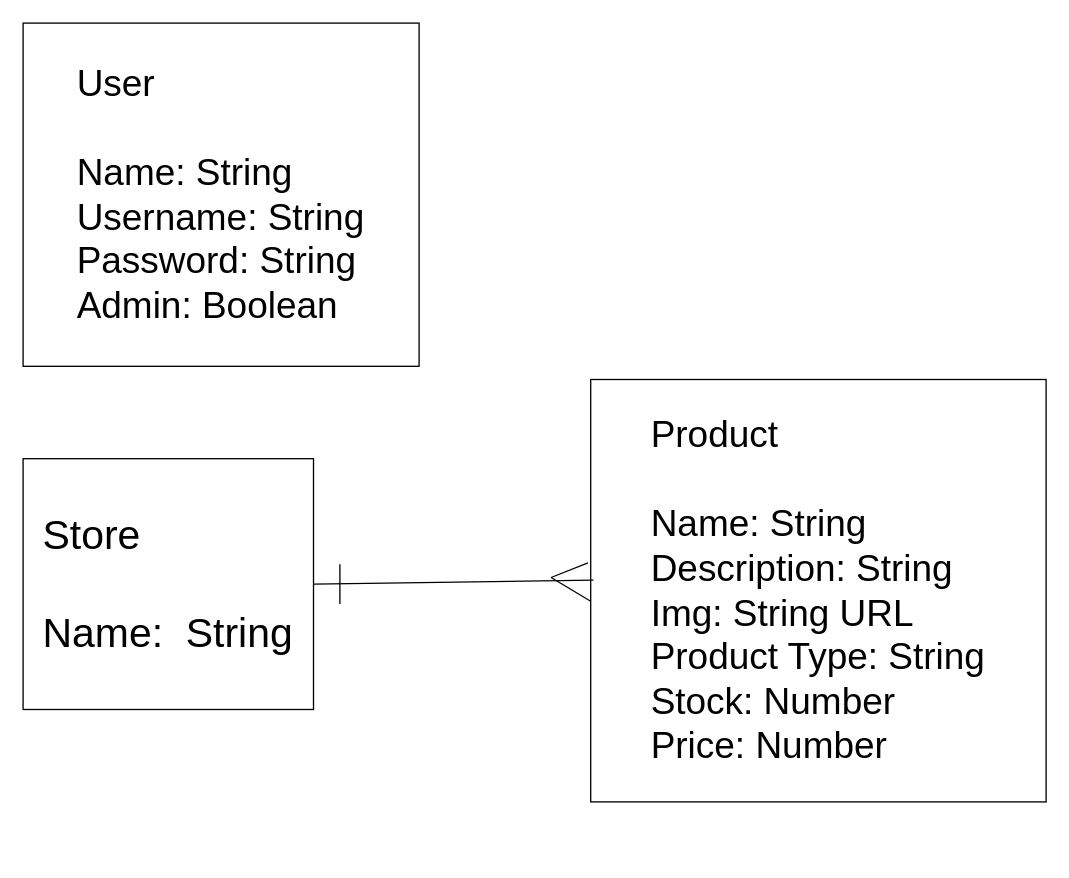
dazeyb/OutdoorGearSite keeps this draw.io diagram as ERD.drawio. Above is the earlier version. Source tidied: cells renumbered, new cells numbered last; positions are measured from the earlier drawing's top-left corner, leaving out a move shared by most shapes. Both pictures are drawn from the tidied source at 132%, with x=0, y=0 at pixel (22, 22).
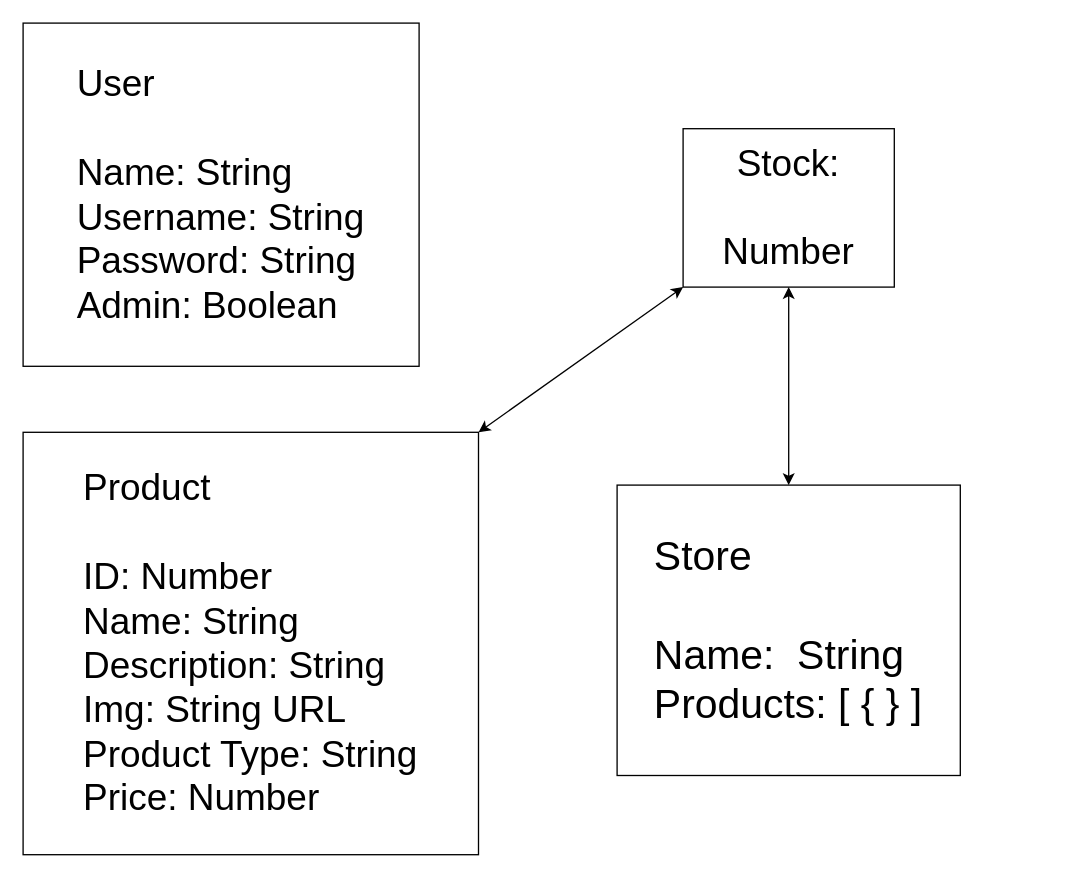
After the change.

Change to the diagram source:
```diff
@@
 <mxGraphModel>
   <root>
     <mxCell id="0" />
     <mxCell id="1" parent="0" />
     <mxCell id="2" value="&lt;div style=&quot;text-align: left ; font-size: 28px&quot;&gt;&lt;font style=&quot;font-size: 28px&quot;&gt;User&lt;/font&gt;&lt;/div&gt;&lt;font style=&quot;font-size: 28px&quot;&gt;&lt;div style=&quot;text-align: left&quot;&gt;&lt;br&gt;&lt;/div&gt;&lt;div style=&quot;text-align: left&quot;&gt;&lt;span&gt;Name: String&lt;/span&gt;&lt;/div&gt;&lt;div style=&quot;text-align: left&quot;&gt;&lt;span&gt;Username: String&lt;/span&gt;&lt;/div&gt;&lt;div style=&quot;text-align: left&quot;&gt;&lt;span&gt;Password: String&lt;/span&gt;&lt;/div&gt;&lt;div style=&quot;text-align: left&quot;&gt;Admin: Boolean&lt;/div&gt;&lt;/font&gt;" style="rounded=0;whiteSpace=wrap;html=1;" parent="1" vertex="1">
       <mxGeometry width="300" height="260" as="geometry" />
     </mxCell>
-    <mxCell id="3" value="&lt;div style=&quot;text-align: left&quot;&gt;&lt;span style=&quot;font-size: 28px&quot;&gt;Product&lt;/span&gt;&lt;/div&gt;&lt;font&gt;&lt;div style=&quot;text-align: left&quot;&gt;&lt;span style=&quot;font-size: 28px&quot;&gt;&lt;br&gt;&lt;/span&gt;&lt;/div&gt;&lt;span style=&quot;font-size: 28px&quot;&gt;&lt;div style=&quot;text-align: left&quot;&gt;&lt;span&gt;Name: String&lt;/span&gt;&lt;/div&gt;&lt;/span&gt;&lt;span style=&quot;font-size: 28px&quot;&gt;&lt;div style=&quot;text-align: left&quot;&gt;&lt;span&gt;Description: String&lt;/span&gt;&lt;/div&gt;&lt;/span&gt;&lt;span style=&quot;font-size: 28px&quot;&gt;&lt;div style=&quot;text-align: left&quot;&gt;&lt;span&gt;Img: String URL&lt;/span&gt;&lt;/div&gt;&lt;/span&gt;&lt;span style=&quot;font-size: 28px&quot;&gt;&lt;div style=&quot;text-align: left&quot;&gt;&lt;span&gt;Product Type: String&lt;/span&gt;&lt;/div&gt;&lt;/span&gt;&lt;span style=&quot;font-size: 28px&quot;&gt;&lt;div style=&quot;text-align: left&quot;&gt;&lt;span&gt;Stock: Number&lt;/span&gt;&lt;/div&gt;&lt;/span&gt;&lt;span style=&quot;font-size: 28px&quot;&gt;&lt;div style=&quot;text-align: left&quot;&gt;&lt;span&gt;Price: Number&lt;/span&gt;&lt;/div&gt;&lt;/span&gt;&lt;/font&gt;" style="rounded=0;whiteSpace=wrap;html=1;" parent="1" vertex="1">
-      <mxGeometry x="430" y="270" width="345" height="320" as="geometry" />
+    <mxCell id="3" value="&lt;div style=&quot;text-align: left&quot;&gt;&lt;span style=&quot;font-size: 28px&quot;&gt;Product&lt;/span&gt;&lt;/div&gt;&lt;font&gt;&lt;div style=&quot;text-align: left&quot;&gt;&lt;span style=&quot;font-size: 28px&quot;&gt;&lt;br&gt;&lt;/span&gt;&lt;/div&gt;&lt;div style=&quot;text-align: left&quot;&gt;&lt;span style=&quot;font-size: 28px&quot;&gt;ID: Number&lt;/span&gt;&lt;/div&gt;&lt;span style=&quot;font-size: 28px&quot;&gt;&lt;div style=&quot;text-align: left&quot;&gt;&lt;span&gt;Name: String&lt;/span&gt;&lt;/div&gt;&lt;/span&gt;&lt;span style=&quot;font-size: 28px&quot;&gt;&lt;div style=&quot;text-align: left&quot;&gt;&lt;span&gt;Description: String&lt;/span&gt;&lt;/div&gt;&lt;/span&gt;&lt;span style=&quot;font-size: 28px&quot;&gt;&lt;div style=&quot;text-align: left&quot;&gt;&lt;span&gt;Img: String URL&lt;/span&gt;&lt;/div&gt;&lt;/span&gt;&lt;span style=&quot;font-size: 28px&quot;&gt;&lt;div style=&quot;text-align: left&quot;&gt;&lt;span&gt;Product Type: String&lt;/span&gt;&lt;/div&gt;&lt;/span&gt;&lt;span style=&quot;font-size: 28px&quot;&gt;&lt;div style=&quot;text-align: left&quot;&gt;&lt;span&gt;Price: Number&lt;/span&gt;&lt;br&gt;&lt;/div&gt;&lt;/span&gt;&lt;/font&gt;" style="rounded=0;whiteSpace=wrap;html=1;" parent="1" vertex="1">
+      <mxGeometry y="310" width="345" height="320" as="geometry" />
     </mxCell>
-    <mxCell id="4" value="&lt;div style=&quot;text-align: left&quot;&gt;&lt;span style=&quot;font-size: 31px&quot;&gt;Store&lt;/span&gt;&lt;/div&gt;&lt;div style=&quot;text-align: left&quot;&gt;&lt;span style=&quot;font-size: 31px&quot;&gt;&lt;br&gt;&lt;/span&gt;&lt;/div&gt;&lt;font&gt;&lt;span style=&quot;font-size: 31px&quot;&gt;&lt;div style=&quot;text-align: left&quot;&gt;&lt;span&gt;Name:&amp;nbsp; String&lt;/span&gt;&lt;/div&gt;&lt;/span&gt;&lt;/font&gt;" style="rounded=0;whiteSpace=wrap;html=1;" parent="1" vertex="1">
-      <mxGeometry y="330" width="220" height="190" as="geometry" />
+    <mxCell id="4" value="&lt;div style=&quot;text-align: left&quot;&gt;&lt;span style=&quot;font-size: 31px&quot;&gt;Store&lt;/span&gt;&lt;/div&gt;&lt;div style=&quot;text-align: left&quot;&gt;&lt;span style=&quot;font-size: 31px&quot;&gt;&lt;br&gt;&lt;/span&gt;&lt;/div&gt;&lt;font&gt;&lt;span style=&quot;font-size: 31px&quot;&gt;&lt;div style=&quot;text-align: left&quot;&gt;&lt;span&gt;Name:&amp;nbsp; String&lt;/span&gt;&lt;/div&gt;&lt;div style=&quot;text-align: left&quot;&gt;&lt;span&gt;Products: [ { } ]&lt;/span&gt;&lt;/div&gt;&lt;/span&gt;&lt;/font&gt;" style="rounded=0;whiteSpace=wrap;html=1;" parent="1" vertex="1">
+      <mxGeometry x="450" y="350" width="260" height="220" as="geometry" />
     </mxCell>
-    <mxCell id="5" style="endArrow=none;html=1;exitX=1;exitY=0.5;exitDx=0;exitDy=0;entryX=0.006;entryY=0.475;entryDx=0;entryDy=0;entryPerimeter=0;" parent="1" edge="1" source="4" target="3">
-      <mxGeometry relative="1" as="geometry" />
-    </mxCell>
-    <mxCell id="6" style="endArrow=none;html=1;entryX=-0.006;entryY=0.434;entryDx=0;entryDy=0;entryPerimeter=0;" parent="1" edge="1" target="3">
-      <mxGeometry relative="1" as="geometry">
-        <mxPoint x="400" y="420" as="sourcePoint" />
-      </mxGeometry>
-    </mxCell>
-    <mxCell id="7" style="endArrow=none;html=1;" parent="1" edge="1">
-      <mxGeometry relative="1" as="geometry">
-        <mxPoint x="400" y="420" as="sourcePoint" />
-        <mxPoint x="430" y="438" as="targetPoint" />
-      </mxGeometry>
-    </mxCell>
-    <mxCell id="8" style="endArrow=none;html=1;" parent="1" edge="1">
-      <mxGeometry relative="1" as="geometry">
-        <mxPoint x="240" y="410" as="sourcePoint" />
-        <mxPoint x="240" y="440" as="targetPoint" />
-      </mxGeometry>
-    </mxCell>
+    <mxCell id="9" value="&lt;span style=&quot;font-size: 28px&quot;&gt;Stock:&lt;br&gt;&lt;br&gt;Number&lt;br&gt;&lt;/span&gt;" style="rounded=0;whiteSpace=wrap;html=1;" parent="1" vertex="1">
+      <mxGeometry x="500" y="80" width="160" height="120" as="geometry" />
+    </mxCell>
+    <mxCell id="10" style="endArrow=classic;startArrow=classic;html=1;entryX=0;entryY=1;entryDx=0;entryDy=0;exitX=1;exitY=0;exitDx=0;exitDy=0;" parent="1" edge="1" source="3" target="9">
+      <mxGeometry relative="1" as="geometry" />
+    </mxCell>
+    <mxCell id="11" style="endArrow=classic;startArrow=classic;html=1;entryX=0.5;entryY=1;entryDx=0;entryDy=0;exitX=0.5;exitY=0;exitDx=0;exitDy=0;" parent="1" edge="1" source="4" target="9">
+      <mxGeometry relative="1" as="geometry" />
+    </mxCell>
   </root>
 </mxGraphModel>
```
